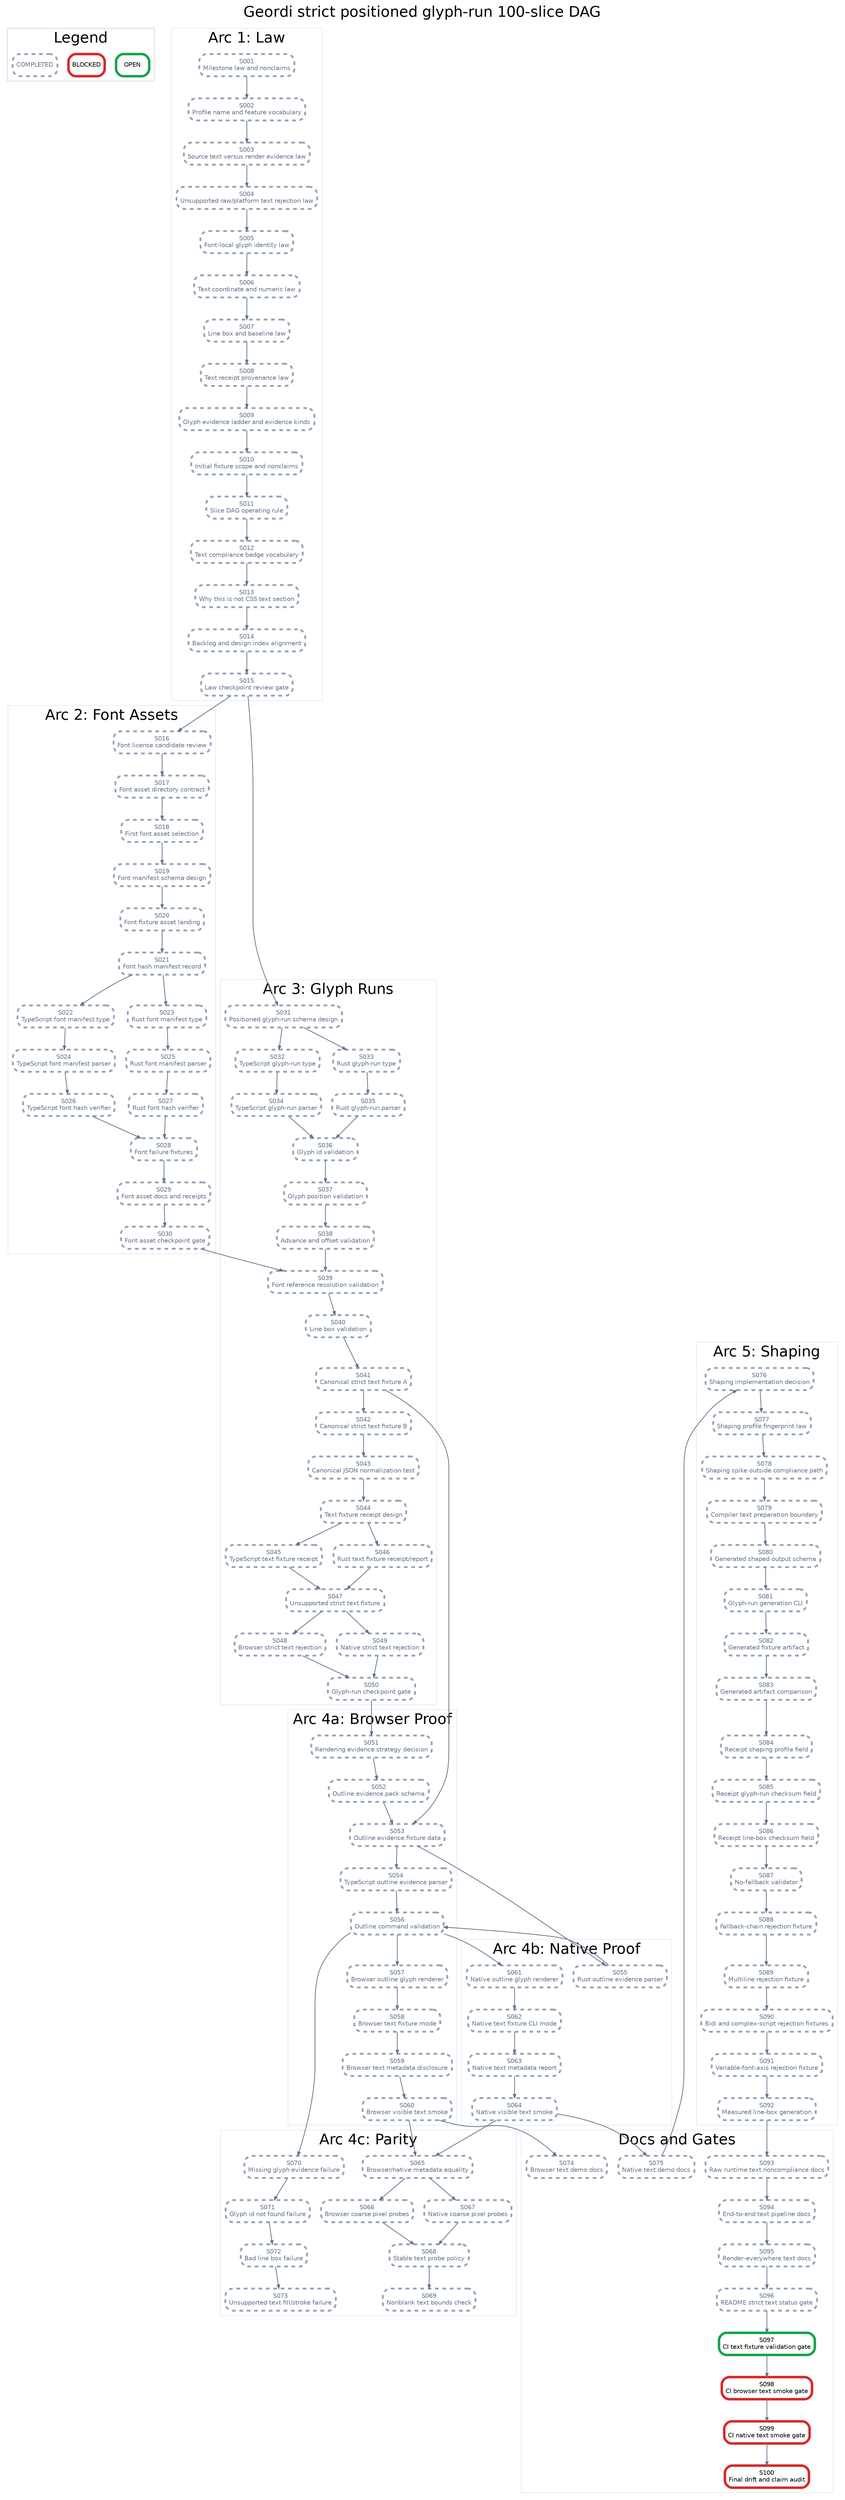
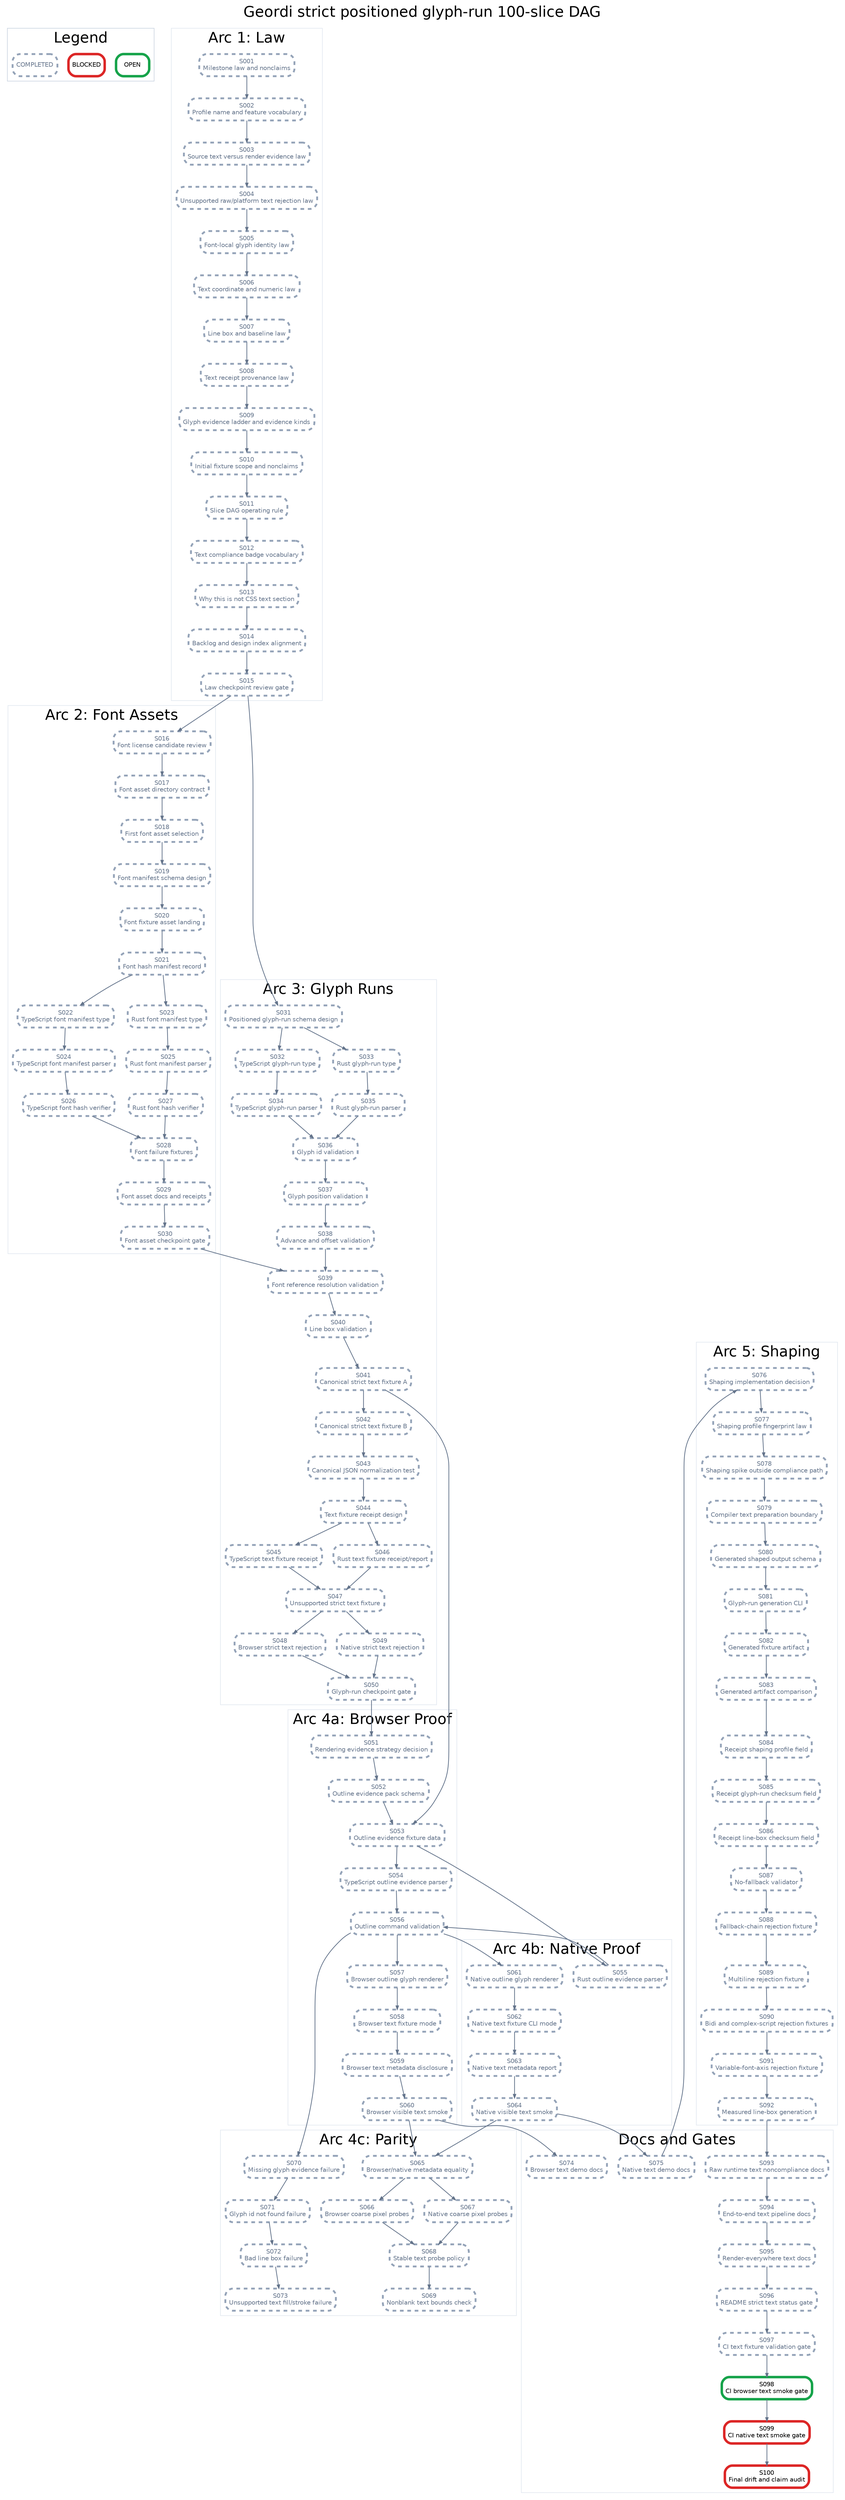
digraph StrictPositionedGlyphRunPlan {
  graph [rankdir=TB, bgcolor="white", fontname="Helvetica", label="Geordi strict positioned glyph-run 100-slice DAG", labelloc="t", fontsize=24];
  node [shape=box, style="rounded,filled", fillcolor="white", fontname="Helvetica", fontsize=10, margin="0.08,0.05"];
  edge [color="#64748b", arrowsize=0.6, penwidth=1.2];

  subgraph cluster_legend {
    label="Legend";
    color="#cbd5e1";
    legend_open [label="OPEN", color="#16a34a", penwidth=4];
    legend_blocked [label="BLOCKED", color="#dc2626", penwidth=4];
    legend_done [label="COMPLETED", color="#94a3b8", penwidth=3, style="rounded,filled,dashed", fontcolor="#64748b"];
  }

  subgraph cluster_law {
    label="Arc 1: Law";
    color="#e2e8f0";
    S001 [label="S001\nMilestone law and nonclaims", color="#94a3b8", penwidth=3, style="rounded,filled,dashed", fontcolor="#64748b"];
    S002 [label="S002\nProfile name and feature vocabulary", color="#94a3b8", penwidth=3, style="rounded,filled,dashed", fontcolor="#64748b"];
    S003 [label="S003\nSource text versus render evidence law", color="#94a3b8", penwidth=3, style="rounded,filled,dashed", fontcolor="#64748b"];
    S004 [label="S004\nUnsupported raw/platform text rejection law", color="#94a3b8", penwidth=3, style="rounded,filled,dashed", fontcolor="#64748b"];
    S005 [label="S005\nFont-local glyph identity law", color="#94a3b8", penwidth=3, style="rounded,filled,dashed", fontcolor="#64748b"];
    S006 [label="S006\nText coordinate and numeric law", color="#94a3b8", penwidth=3, style="rounded,filled,dashed", fontcolor="#64748b"];
    S007 [label="S007\nLine box and baseline law", color="#94a3b8", penwidth=3, style="rounded,filled,dashed", fontcolor="#64748b"];
    S008 [label="S008\nText receipt provenance law", color="#94a3b8", penwidth=3, style="rounded,filled,dashed", fontcolor="#64748b"];
    S009 [label="S009\nGlyph evidence ladder and evidence kinds", color="#94a3b8", penwidth=3, style="rounded,filled,dashed", fontcolor="#64748b"];
    S010 [label="S010\nInitial fixture scope and nonclaims", color="#94a3b8", penwidth=3, style="rounded,filled,dashed", fontcolor="#64748b"];
    S011 [label="S011\nSlice DAG operating rule", color="#94a3b8", penwidth=3, style="rounded,filled,dashed", fontcolor="#64748b"];
    S012 [label="S012\nText compliance badge vocabulary", color="#94a3b8", penwidth=3, style="rounded,filled,dashed", fontcolor="#64748b"];
    S013 [label="S013\nWhy this is not CSS text section", color="#94a3b8", penwidth=3, style="rounded,filled,dashed", fontcolor="#64748b"];
    S014 [label="S014\nBacklog and design index alignment", color="#94a3b8", penwidth=3, style="rounded,filled,dashed", fontcolor="#64748b"];
    S015 [label="S015\nLaw checkpoint review gate", color="#94a3b8", penwidth=3, style="rounded,filled,dashed", fontcolor="#64748b"];
  }

  subgraph cluster_assets {
    label="Arc 2: Font Assets";
    color="#e2e8f0";
    S016 [label="S016\nFont license candidate review", color="#94a3b8", penwidth=3, style="rounded,filled,dashed", fontcolor="#64748b"];
    S017 [label="S017\nFont asset directory contract", color="#94a3b8", penwidth=3, style="rounded,filled,dashed", fontcolor="#64748b"];
    S018 [label="S018\nFirst font asset selection", color="#94a3b8", penwidth=3, style="rounded,filled,dashed", fontcolor="#64748b"];
    S019 [label="S019\nFont manifest schema design", color="#94a3b8", penwidth=3, style="rounded,filled,dashed", fontcolor="#64748b"];
    S020 [label="S020\nFont fixture asset landing", color="#94a3b8", penwidth=3, style="rounded,filled,dashed", fontcolor="#64748b"];
    S021 [label="S021\nFont hash manifest record", color="#94a3b8", penwidth=3, style="rounded,filled,dashed", fontcolor="#64748b"];
    S022 [label="S022\nTypeScript font manifest type", color="#94a3b8", penwidth=3, style="rounded,filled,dashed", fontcolor="#64748b"];
    S023 [label="S023\nRust font manifest type", color="#94a3b8", penwidth=3, style="rounded,filled,dashed", fontcolor="#64748b"];
    S024 [label="S024\nTypeScript font manifest parser", color="#94a3b8", penwidth=3, style="rounded,filled,dashed", fontcolor="#64748b"];
    S025 [label="S025\nRust font manifest parser", color="#94a3b8", penwidth=3, style="rounded,filled,dashed", fontcolor="#64748b"];
    S026 [label="S026\nTypeScript font hash verifier", color="#94a3b8", penwidth=3, style="rounded,filled,dashed", fontcolor="#64748b"];
    S027 [label="S027\nRust font hash verifier", color="#94a3b8", penwidth=3, style="rounded,filled,dashed", fontcolor="#64748b"];
    S028 [label="S028\nFont failure fixtures", color="#94a3b8", penwidth=3, style="rounded,filled,dashed", fontcolor="#64748b"];
    S029 [label="S029\nFont asset docs and receipts", color="#94a3b8", penwidth=3, style="rounded,filled,dashed", fontcolor="#64748b"];
    S030 [label="S030\nFont asset checkpoint gate", color="#94a3b8", penwidth=3, style="rounded,filled,dashed", fontcolor="#64748b"];
  }

  subgraph cluster_glyph {
    label="Arc 3: Glyph Runs";
    color="#e2e8f0";
    S031 [label="S031\nPositioned glyph-run schema design", color="#94a3b8", penwidth=3, style="rounded,filled,dashed", fontcolor="#64748b"];
    S032 [label="S032\nTypeScript glyph-run type", color="#94a3b8", penwidth=3, style="rounded,filled,dashed", fontcolor="#64748b"];
    S033 [label="S033\nRust glyph-run type", color="#94a3b8", penwidth=3, style="rounded,filled,dashed", fontcolor="#64748b"];
    S034 [label="S034\nTypeScript glyph-run parser", color="#94a3b8", penwidth=3, style="rounded,filled,dashed", fontcolor="#64748b"];
    S035 [label="S035\nRust glyph-run parser", color="#94a3b8", penwidth=3, style="rounded,filled,dashed", fontcolor="#64748b"];
    S036 [label="S036\nGlyph id validation", color="#94a3b8", penwidth=3, style="rounded,filled,dashed", fontcolor="#64748b"];
    S037 [label="S037\nGlyph position validation", color="#94a3b8", penwidth=3, style="rounded,filled,dashed", fontcolor="#64748b"];
    S038 [label="S038\nAdvance and offset validation", color="#94a3b8", penwidth=3, style="rounded,filled,dashed", fontcolor="#64748b"];
    S039 [label="S039\nFont reference resolution validation", color="#94a3b8", penwidth=3, style="rounded,filled,dashed", fontcolor="#64748b"];
    S040 [label="S040\nLine box validation", color="#94a3b8", penwidth=3, style="rounded,filled,dashed", fontcolor="#64748b"];
    S041 [label="S041\nCanonical strict text fixture A", color="#94a3b8", penwidth=3, style="rounded,filled,dashed", fontcolor="#64748b"];
    S042 [label="S042\nCanonical strict text fixture B", color="#94a3b8", penwidth=3, style="rounded,filled,dashed", fontcolor="#64748b"];
    S043 [label="S043\nCanonical JSON normalization test", color="#94a3b8", penwidth=3, style="rounded,filled,dashed", fontcolor="#64748b"];
    S044 [label="S044\nText fixture receipt design", color="#94a3b8", penwidth=3, style="rounded,filled,dashed", fontcolor="#64748b"];
    S045 [label="S045\nTypeScript text fixture receipt", color="#94a3b8", penwidth=3, style="rounded,filled,dashed", fontcolor="#64748b"];
    S046 [label="S046\nRust text fixture receipt/report", color="#94a3b8", penwidth=3, style="rounded,filled,dashed", fontcolor="#64748b"];
    S047 [label="S047\nUnsupported strict text fixture", color="#94a3b8", penwidth=3, style="rounded,filled,dashed", fontcolor="#64748b"];
    S048 [label="S048\nBrowser strict text rejection", color="#94a3b8", penwidth=3, style="rounded,filled,dashed", fontcolor="#64748b"];
    S049 [label="S049\nNative strict text rejection", color="#94a3b8", penwidth=3, style="rounded,filled,dashed", fontcolor="#64748b"];
    S050 [label="S050\nGlyph-run checkpoint gate", color="#94a3b8", penwidth=3, style="rounded,filled,dashed", fontcolor="#64748b"];
  }

  subgraph cluster_browser {
    label="Arc 4a: Browser Proof";
    color="#e2e8f0";
    S051 [label="S051\nRendering evidence strategy decision", color="#94a3b8", penwidth=3, style="rounded,filled,dashed", fontcolor="#64748b"];
    S052 [label="S052\nOutline evidence pack schema", color="#94a3b8", penwidth=3, style="rounded,filled,dashed", fontcolor="#64748b"];
    S053 [label="S053\nOutline evidence fixture data", color="#94a3b8", penwidth=3, style="rounded,filled,dashed", fontcolor="#64748b"];
    S054 [label="S054\nTypeScript outline evidence parser", color="#94a3b8", penwidth=3, style="rounded,filled,dashed", fontcolor="#64748b"];
    S056 [label="S056\nOutline command validation", color="#94a3b8", penwidth=3, style="rounded,filled,dashed", fontcolor="#64748b"];
    S057 [label="S057\nBrowser outline glyph renderer", color="#94a3b8", penwidth=3, style="rounded,filled,dashed", fontcolor="#64748b"];
    S058 [label="S058\nBrowser text fixture mode", color="#94a3b8", penwidth=3, style="rounded,filled,dashed", fontcolor="#64748b"];
    S059 [label="S059\nBrowser text metadata disclosure", color="#94a3b8", penwidth=3, style="rounded,filled,dashed", fontcolor="#64748b"];
    S060 [label="S060\nBrowser visible text smoke", color="#94a3b8", penwidth=3, style="rounded,filled,dashed", fontcolor="#64748b"];
  }

  subgraph cluster_native {
    label="Arc 4b: Native Proof";
    color="#e2e8f0";
    S055 [label="S055\nRust outline evidence parser", color="#94a3b8", penwidth=3, style="rounded,filled,dashed", fontcolor="#64748b"];
    S061 [label="S061\nNative outline glyph renderer", color="#94a3b8", penwidth=3, style="rounded,filled,dashed", fontcolor="#64748b"];
    S062 [label="S062\nNative text fixture CLI mode", color="#94a3b8", penwidth=3, style="rounded,filled,dashed", fontcolor="#64748b"];
    S063 [label="S063\nNative text metadata report", color="#94a3b8", penwidth=3, style="rounded,filled,dashed", fontcolor="#64748b"];
    S064 [label="S064\nNative visible text smoke", color="#94a3b8", penwidth=3, style="rounded,filled,dashed", fontcolor="#64748b"];
  }

  subgraph cluster_parity {
    label="Arc 4c: Parity";
    color="#e2e8f0";
    S065 [label="S065\nBrowser/native metadata equality", color="#94a3b8", penwidth=3, style="rounded,filled,dashed", fontcolor="#64748b"];
    S066 [label="S066\nBrowser coarse pixel probes", color="#94a3b8", penwidth=3, style="rounded,filled,dashed", fontcolor="#64748b"];
    S067 [label="S067\nNative coarse pixel probes", color="#94a3b8", penwidth=3, style="rounded,filled,dashed", fontcolor="#64748b"];
    S068 [label="S068\nStable text probe policy", color="#94a3b8", penwidth=3, style="rounded,filled,dashed", fontcolor="#64748b"];
    S069 [label="S069\nNonblank text bounds check", color="#94a3b8", penwidth=3, style="rounded,filled,dashed", fontcolor="#64748b"];
    S070 [label="S070\nMissing glyph evidence failure", color="#94a3b8", penwidth=3, style="rounded,filled,dashed", fontcolor="#64748b"];
    S071 [label="S071\nGlyph id not found failure", color="#94a3b8", penwidth=3, style="rounded,filled,dashed", fontcolor="#64748b"];
    S072 [label="S072\nBad line box failure", color="#94a3b8", penwidth=3, style="rounded,filled,dashed", fontcolor="#64748b"];
    S073 [label="S073\nUnsupported text fill/stroke failure", color="#94a3b8", penwidth=3, style="rounded,filled,dashed", fontcolor="#64748b"];
  }

  subgraph cluster_shaping {
    label="Arc 5: Shaping";
    color="#e2e8f0";
    S076 [label="S076\nShaping implementation decision", color="#94a3b8", penwidth=3, style="rounded,filled,dashed", fontcolor="#64748b"];
    S077 [label="S077\nShaping profile fingerprint law", color="#94a3b8", penwidth=3, style="rounded,filled,dashed", fontcolor="#64748b"];
    S078 [label="S078\nShaping spike outside compliance path", color="#94a3b8", penwidth=3, style="rounded,filled,dashed", fontcolor="#64748b"];
    S079 [label="S079\nCompiler text preparation boundary", color="#94a3b8", penwidth=3, style="rounded,filled,dashed", fontcolor="#64748b"];
    S080 [label="S080\nGenerated shaped output schema", color="#94a3b8", penwidth=3, style="rounded,filled,dashed", fontcolor="#64748b"];
    S081 [label="S081\nGlyph-run generation CLI", color="#94a3b8", penwidth=3, style="rounded,filled,dashed", fontcolor="#64748b"];
    S082 [label="S082\nGenerated fixture artifact", color="#94a3b8", penwidth=3, style="rounded,filled,dashed", fontcolor="#64748b"];
    S083 [label="S083\nGenerated artifact comparison", color="#94a3b8", penwidth=3, style="rounded,filled,dashed", fontcolor="#64748b"];
    S084 [label="S084\nReceipt shaping profile field", color="#94a3b8", penwidth=3, style="rounded,filled,dashed", fontcolor="#64748b"];
    S085 [label="S085\nReceipt glyph-run checksum field", color="#94a3b8", penwidth=3, style="rounded,filled,dashed", fontcolor="#64748b"];
    S086 [label="S086\nReceipt line-box checksum field", color="#94a3b8", penwidth=3, style="rounded,filled,dashed", fontcolor="#64748b"];
    S087 [label="S087\nNo-fallback validator", color="#94a3b8", penwidth=3, style="rounded,filled,dashed", fontcolor="#64748b"];
    S088 [label="S088\nFallback-chain rejection fixture", color="#94a3b8", penwidth=3, style="rounded,filled,dashed", fontcolor="#64748b"];
    S089 [label="S089\nMultiline rejection fixture", color="#94a3b8", penwidth=3, style="rounded,filled,dashed", fontcolor="#64748b"];
    S090 [label="S090\nBidi and complex-script rejection fixtures", color="#94a3b8", penwidth=3, style="rounded,filled,dashed", fontcolor="#64748b"];
    S091 [label="S091\nVariable-font-axis rejection fixture", color="#94a3b8", penwidth=3, style="rounded,filled,dashed", fontcolor="#64748b"];
    S092 [label="S092\nMeasured line-box generation", color="#94a3b8", penwidth=3, style="rounded,filled,dashed", fontcolor="#64748b"];
  }

  subgraph cluster_docs {
    label="Docs and Gates";
    color="#e2e8f0";
    S074 [label="S074\nBrowser text demo docs", color="#94a3b8", penwidth=3, style="rounded,filled,dashed", fontcolor="#64748b"];
    S075 [label="S075\nNative text demo docs", color="#94a3b8", penwidth=3, style="rounded,filled,dashed", fontcolor="#64748b"];
    S093 [label="S093\nRaw runtime text noncompliance docs", color="#94a3b8", penwidth=3, style="rounded,filled,dashed", fontcolor="#64748b"];
    S094 [label="S094\nEnd-to-end text pipeline docs", color="#94a3b8", penwidth=3, style="rounded,filled,dashed", fontcolor="#64748b"];
    S095 [label="S095\nRender-everywhere text docs", color="#94a3b8", penwidth=3, style="rounded,filled,dashed", fontcolor="#64748b"];
    S096 [label="S096\nREADME strict text status gate", color="#94a3b8", penwidth=3, style="rounded,filled,dashed", fontcolor="#64748b"];
-     S097 [label="S097\nCI text fixture validation gate", color="#16a34a", penwidth=4];
-     S098 [label="S098\nCI browser text smoke gate", color="#dc2626", penwidth=4];
+     S097 [label="S097\nCI text fixture validation gate", color="#94a3b8", penwidth=3, style="rounded,filled,dashed", fontcolor="#64748b"];
+     S098 [label="S098\nCI browser text smoke gate", color="#16a34a", penwidth=4];
    S099 [label="S099\nCI native text smoke gate", color="#dc2626", penwidth=4];
    S100 [label="S100\nFinal drift and claim audit", color="#dc2626", penwidth=4];
  }

  S001 -> S002;
  S002 -> S003;
  S003 -> S004;
  S004 -> S005;
  S005 -> S006;
  S006 -> S007;
  S007 -> S008;
  S008 -> S009;
  S009 -> S010;
  S010 -> S011;
  S011 -> S012;
  S012 -> S013;
  S013 -> S014;
  S014 -> S015;
  S015 -> S016;
  S016 -> S017;
  S017 -> S018;
  S018 -> S019;
  S019 -> S020;
  S020 -> S021;
  S021 -> S022;
  S021 -> S023;
  S022 -> S024;
  S023 -> S025;
  S024 -> S026;
  S025 -> S027;
  S026 -> S028;
  S027 -> S028;
  S028 -> S029;
  S029 -> S030;
  S015 -> S031;
  S031 -> S032;
  S031 -> S033;
  S032 -> S034;
  S033 -> S035;
  S034 -> S036;
  S035 -> S036;
  S036 -> S037;
  S037 -> S038;
  S038 -> S039;
  S039 -> S040;
  S030 -> S039;
  S040 -> S041;
  S041 -> S042;
  S042 -> S043;
  S043 -> S044;
  S044 -> S045;
  S044 -> S046;
  S045 -> S047;
  S046 -> S047;
  S047 -> S048;
  S047 -> S049;
  S048 -> S050;
  S049 -> S050;
  S050 -> S051;
  S051 -> S052;
  S052 -> S053;
  S041 -> S053;
  S053 -> S054;
  S053 -> S055;
  S054 -> S056;
  S055 -> S056;
  S056 -> S057;
  S057 -> S058;
  S058 -> S059;
  S059 -> S060;
  S056 -> S061;
  S061 -> S062;
  S062 -> S063;
  S063 -> S064;
  S060 -> S065;
  S064 -> S065;
  S065 -> S066;
  S065 -> S067;
  S066 -> S068;
  S067 -> S068;
  S068 -> S069;
  S056 -> S070;
  S070 -> S071;
  S071 -> S072;
  S072 -> S073;
  S060 -> S074;
  S064 -> S075;
  S075 -> S076;
  S076 -> S077;
  S077 -> S078;
  S078 -> S079;
  S079 -> S080;
  S080 -> S081;
  S081 -> S082;
  S082 -> S083;
  S083 -> S084;
  S084 -> S085;
  S085 -> S086;
  S086 -> S087;
  S087 -> S088;
  S088 -> S089;
  S089 -> S090;
  S090 -> S091;
  S091 -> S092;
  S092 -> S093;
  S093 -> S094;
  S094 -> S095;
  S095 -> S096;
  S096 -> S097;
  S097 -> S098;
  S098 -> S099;
  S099 -> S100;
}
